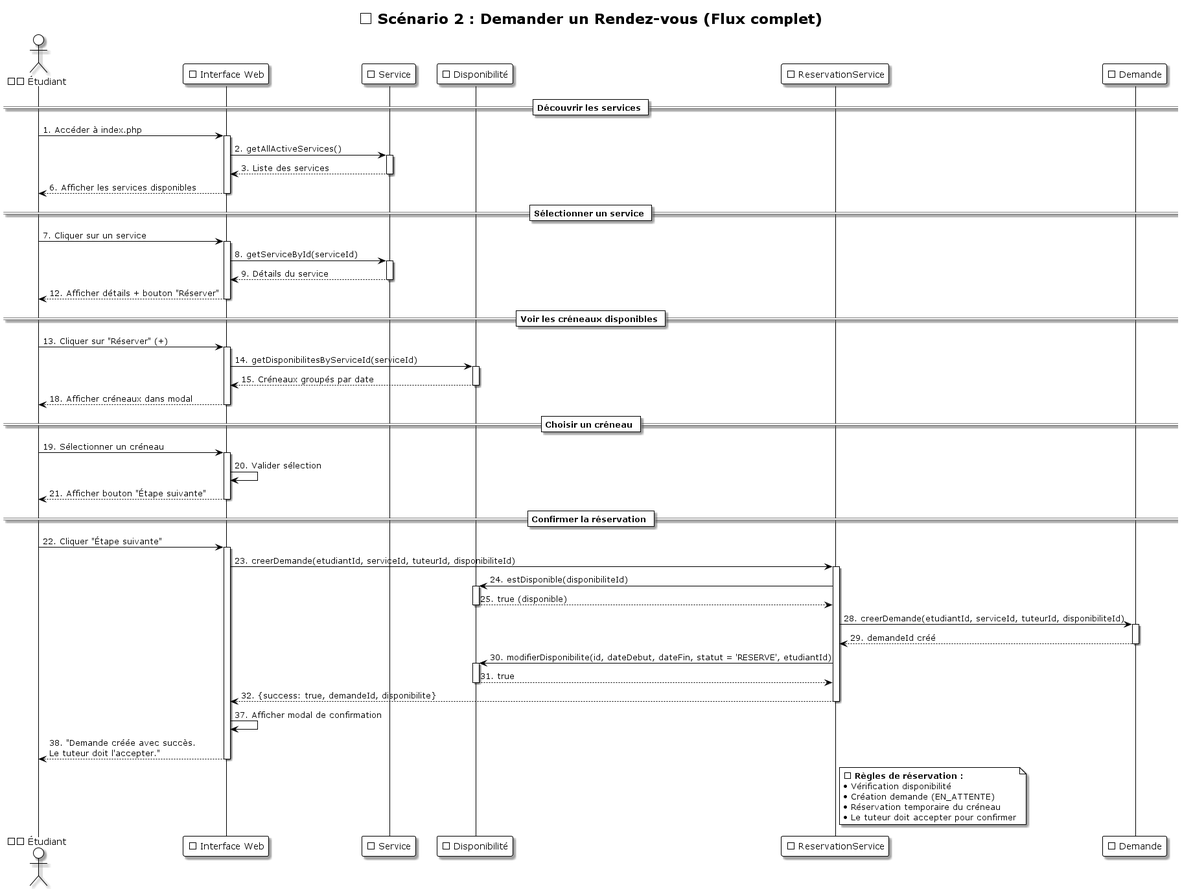
LLAbdul/LLAbdul-projet-tutoplus keeps this PlantUML diagram as UML/diagrammes_sequence/Sequence_02_Demander_RendezVous.png. Above is the earlier version.
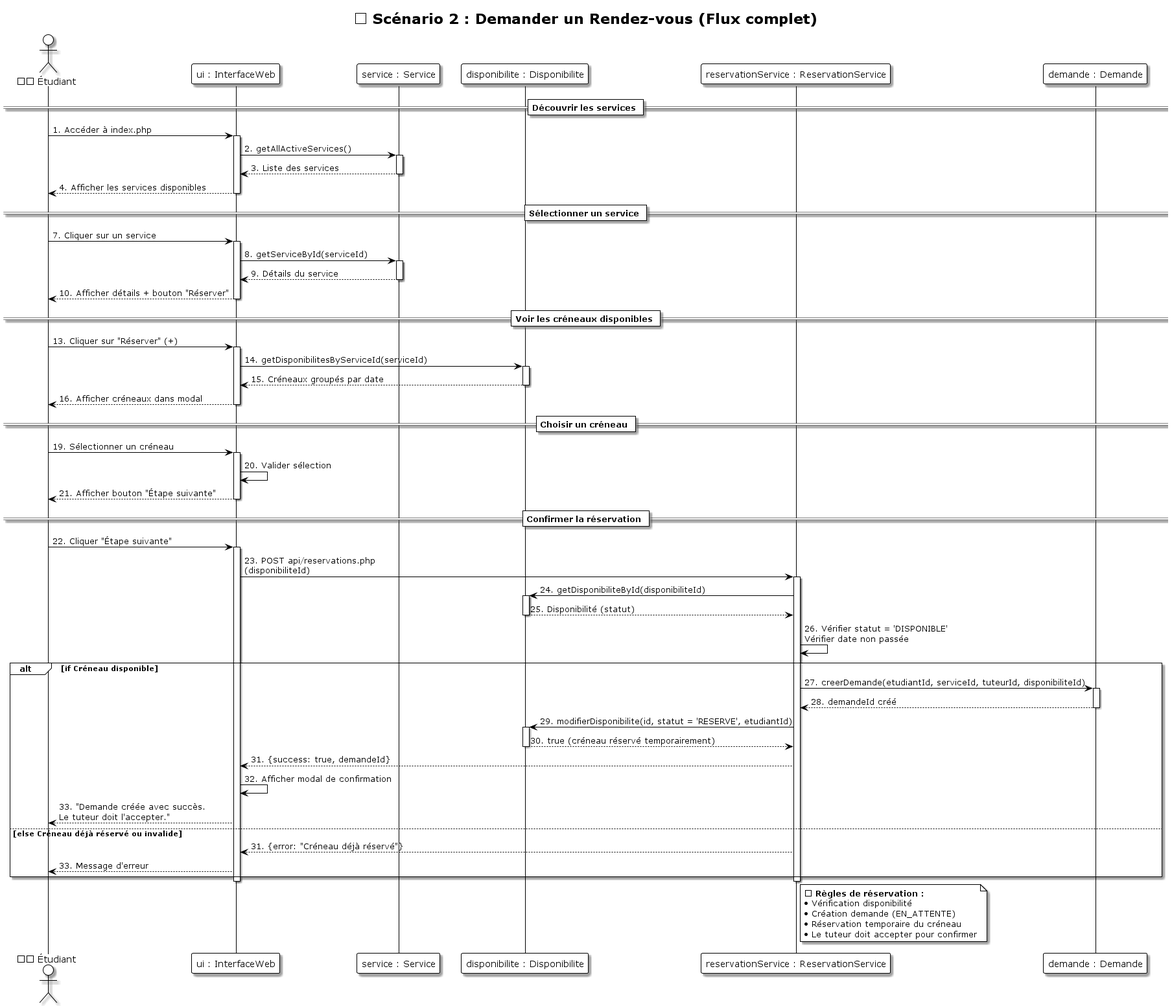
Above is the later version.

Commit message:
update diagrame de sequence

Diff of the diagram source:
```diff
@@ -6,11 +6,11 @@
 title 📅 Scénario 2 : Demander un Rendez-vous (Flux complet)
 
 actor "👨‍🎓 Étudiant" as Etudiant
-participant "🌐 Interface Web" as UI
-participant "📚 Service" as Service
-participant "⏰ Disponibilité" as Disponibilite
-participant "📅 ReservationService" as ReservationService
-participant "📝 Demande" as Demande
+participant "ui : InterfaceWeb" as UI
+participant "service : Service" as Service
+participant "disponibilite : Disponibilite" as Disponibilite
+participant "reservationService : ReservationService" as ReservationService
+participant "demande : Demande" as Demande
 
 == Découvrir les services ==
 Etudiant -> UI: 1. Accéder à index.php
@@ -19,7 +19,7 @@
 activate Service
 Service --> UI: 3. Liste des services
 deactivate Service
-UI --> Etudiant: 6. Afficher les services disponibles
+UI --> Etudiant: 4. Afficher les services disponibles
 deactivate UI
 
 == Sélectionner un service ==
@@ -29,7 +29,7 @@
 activate Service
 Service --> UI: 9. Détails du service
 deactivate Service
-UI --> Etudiant: 12. Afficher détails + bouton "Réserver"
+UI --> Etudiant: 10. Afficher détails + bouton "Réserver"
 deactivate UI
 
 == Voir les créneaux disponibles ==
@@ -39,7 +39,7 @@
 activate Disponibilite
 Disponibilite --> UI: 15. Créneaux groupés par date
 deactivate Disponibilite
-UI --> Etudiant: 18. Afficher créneaux dans modal
+UI --> Etudiant: 16. Afficher créneaux dans modal
 deactivate UI
 
 == Choisir un créneau ==
@@ -52,29 +52,36 @@
 == Confirmer la réservation ==
 Etudiant -> UI: 22. Cliquer "Étape suivante"
 activate UI
-UI -> ReservationService: 23. creerDemande(etudiantId, serviceId, tuteurId, disponibiliteId)
+UI -> ReservationService: 23. POST api/reservations.php\n(disponibiliteId)
 activate ReservationService
 
-ReservationService -> Disponibilite: 24. estDisponible(disponibiliteId)
+ReservationService -> Disponibilite: 24. getDisponibiliteById(disponibiliteId)
 activate Disponibilite
-Disponibilite --> ReservationService: 25. true (disponible)
+Disponibilite --> ReservationService: 25. Disponibilité (statut)
 deactivate Disponibilite
 
-ReservationService -> Demande: 28. creerDemande(etudiantId, serviceId, tuteurId, disponibiliteId)
-activate Demande
-Demande --> ReservationService: 29. demandeId créé
-deactivate Demande
+ReservationService -> ReservationService: 26. Vérifier statut = 'DISPONIBLE'\nVérifier date non passée
 
-ReservationService -> Disponibilite: 30. modifierDisponibilite(id, dateDebut, dateFin, statut = 'RESERVE', etudiantId)
-activate Disponibilite
-Disponibilite --> ReservationService: 31. true
-deactivate Disponibilite
+alt if Créneau disponible
+    ReservationService -> Demande: 27. creerDemande(etudiantId, serviceId, tuteurId, disponibiliteId)
+    activate Demande
+    Demande --> ReservationService: 28. demandeId créé
+    deactivate Demande
 
-ReservationService --> UI: 32. {success: true, demandeId, disponibilite}
+    ReservationService -> Disponibilite: 29. modifierDisponibilite(id, statut = 'RESERVE', etudiantId)
+    activate Disponibilite
+    Disponibilite --> ReservationService: 30. true (créneau réservé temporairement)
+    deactivate Disponibilite
+
+    ReservationService --> UI: 31. {success: true, demandeId}
+    UI -> UI: 32. Afficher modal de confirmation
+    UI --> Etudiant: 33. "Demande créée avec succès.\nLe tuteur doit l'accepter."
+else else Créneau déjà réservé ou invalide
+    ReservationService --> UI: 31. {error: "Créneau déjà réservé"}
+    UI --> Etudiant: 33. Message d'erreur
+end
+
 deactivate ReservationService
-
-UI -> UI: 37. Afficher modal de confirmation
-UI --> Etudiant: 38. "Demande créée avec succès.\nLe tuteur doit l'accepter."
 deactivate UI
 
 note right of ReservationService
```
